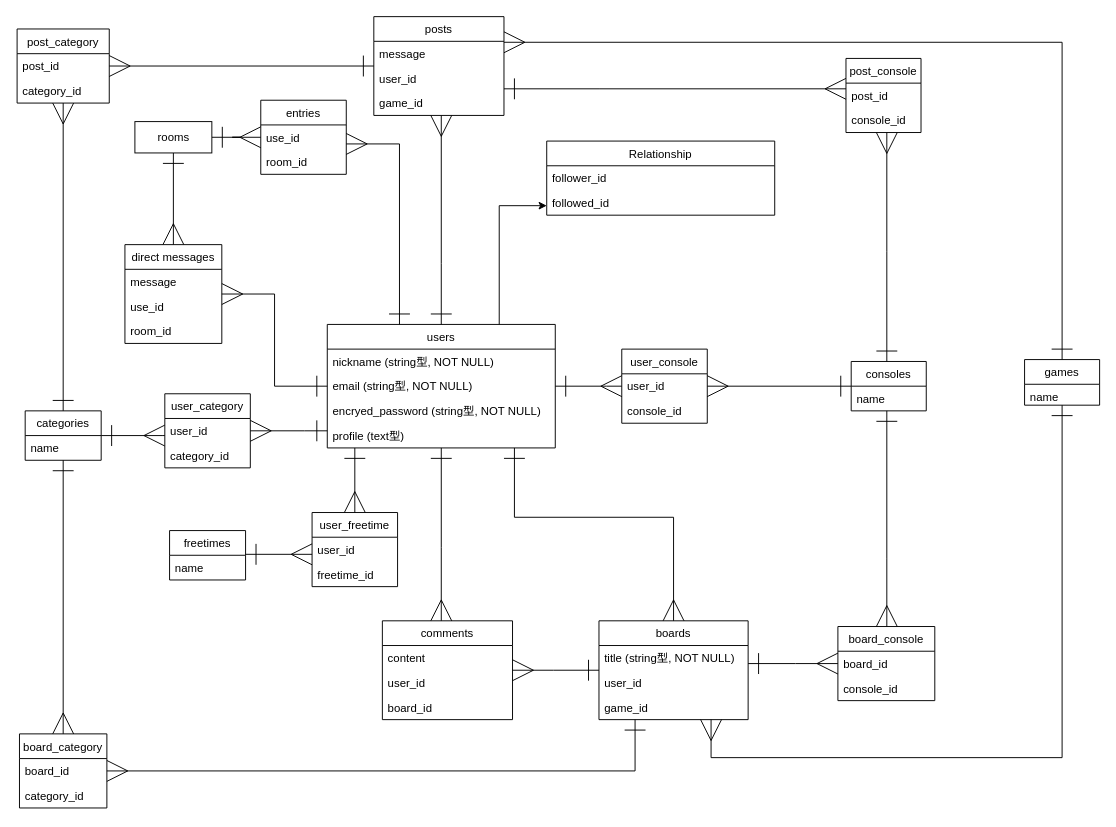
makoto417/app01 keeps this draw.io diagram as er.dio. Above is the earlier version. Source tidied: cells renumbered, new cells numbered last; positions are measured from the earlier drawing's top-left corner, leaving out a move shared by most shapes. Both pictures are drawn from the tidied source at 95%, with x=0, y=0 at pixel (17, 16).
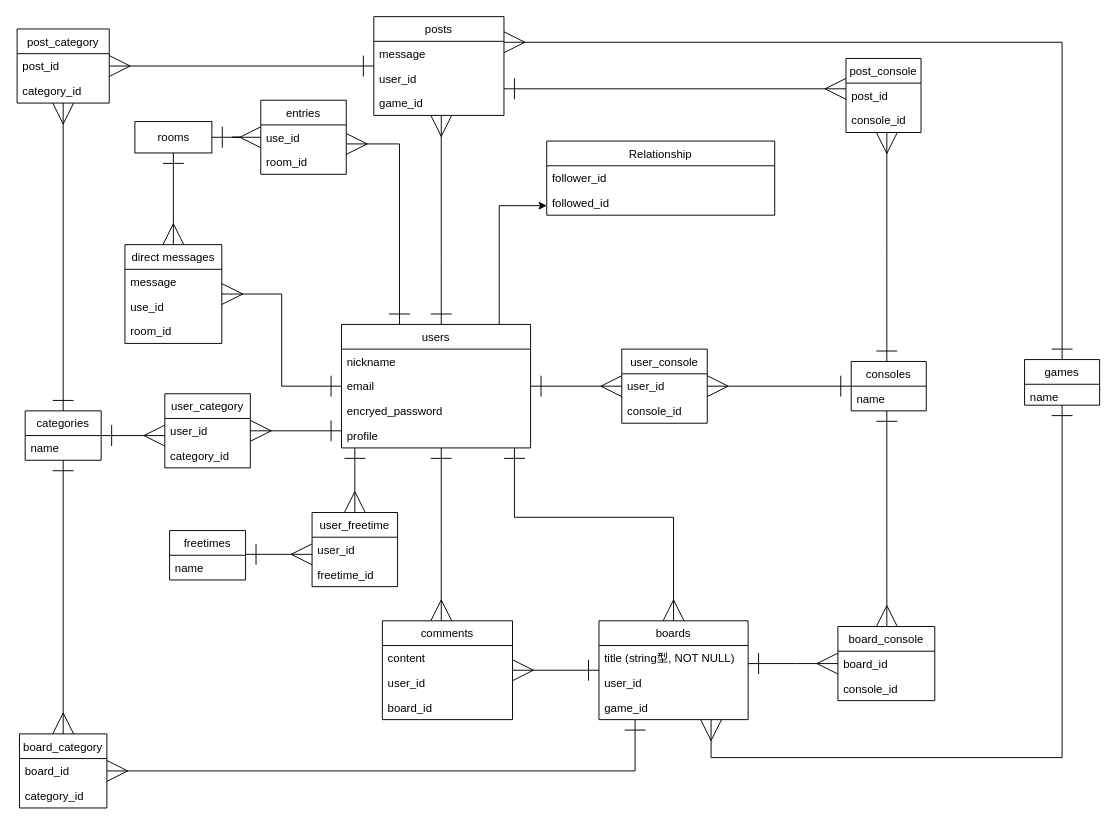
Above is the later version.

Diff of the diagram source:
```diff
@@
     <mxCell id="13" value="users" style="swimlane;fontStyle=0;horizontal=1;startSize=26;fillColor=none;" parent="1" vertex="1">
-      <mxGeometry x="326" y="324" width="240" height="130" as="geometry" />
+      <mxGeometry x="341" y="324" width="199" height="130" as="geometry" />
     </mxCell>
-    <mxCell id="14" value="nickname (string型, NOT NULL)" style="text;strokeColor=none;fillColor=none;align=left;verticalAlign=top;spacingLeft=4;spacingRight=4;overflow=hidden;" parent="13" vertex="1">
-      <mxGeometry y="26" width="240" height="26" as="geometry" />
+    <mxCell id="14" value="nickname " style="text;strokeColor=none;fillColor=none;align=left;verticalAlign=top;spacingLeft=4;spacingRight=4;overflow=hidden;" parent="13" vertex="1">
+      <mxGeometry y="26" width="199" height="26" as="geometry" />
     </mxCell>
-    <mxCell id="15" value="email (string型, NOT NULL)" style="text;strokeColor=none;fillColor=none;align=left;verticalAlign=top;spacingLeft=4;spacingRight=4;overflow=hidden;" parent="13" vertex="1">
-      <mxGeometry y="52" width="240" height="26" as="geometry" />
+    <mxCell id="15" value="email " style="text;strokeColor=none;fillColor=none;align=left;verticalAlign=top;spacingLeft=4;spacingRight=4;overflow=hidden;" parent="13" vertex="1">
+      <mxGeometry y="52" width="199" height="26" as="geometry" />
     </mxCell>
-    <mxCell id="16" value="encryed_password (string型, NOT NULL)" style="text;strokeColor=none;fillColor=none;align=left;verticalAlign=top;spacingLeft=4;spacingRight=4;overflow=hidden;" parent="13" vertex="1">
-      <mxGeometry y="78" width="240" height="26" as="geometry" />
+    <mxCell id="16" value="encryed_password " style="text;strokeColor=none;fillColor=none;align=left;verticalAlign=top;spacingLeft=4;spacingRight=4;overflow=hidden;" parent="13" vertex="1">
+      <mxGeometry y="78" width="199" height="26" as="geometry" />
     </mxCell>
-    <mxCell id="17" value="profile (text型)" style="text;strokeColor=none;fillColor=none;align=left;verticalAlign=top;spacingLeft=4;spacingRight=4;overflow=hidden;" parent="13" vertex="1">
-      <mxGeometry y="104" width="240" height="26" as="geometry" />
+    <mxCell id="17" value="profile " style="text;strokeColor=none;fillColor=none;align=left;verticalAlign=top;spacingLeft=4;spacingRight=4;overflow=hidden;" parent="13" vertex="1">
+      <mxGeometry y="104" width="199" height="26" as="geometry" />
     </mxCell>
```
